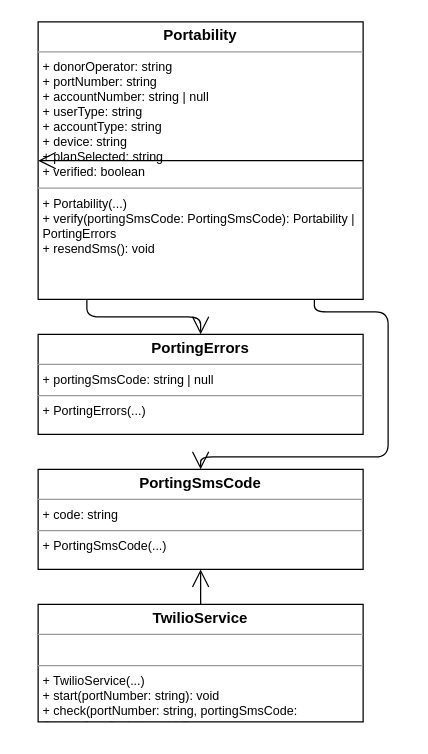
Before: practices/clean_engineering/model/.examples/actual/from-drawio/to-drawio/number/porting.drawio in abd-works/abd-context-driven-delivery, a draw.io diagram. Source tidied: cells renumbered, new cells numbered last; positions are measured from the earlier drawing's top-left corner, leaving out a move shared by most shapes. Both pictures are drawn from the tidied source at 125%, with x=0, y=0 at pixel (38, 21).
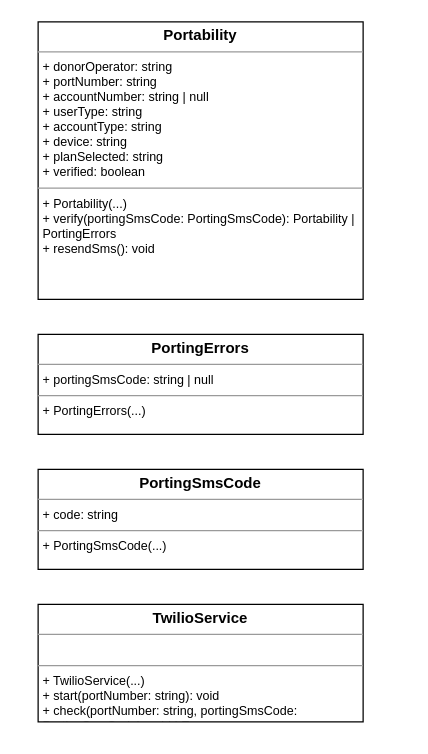
Above is the later version.

The edit, as a diff of the source:
```diff
@@
 <mxGraphModel>
   <root>
     <mxCell id="0" />
     <mxCell id="1" parent="0" />
     <mxCell id="2" value="&lt;p style=&quot;margin:0px;margin-top:4px;text-align:center;&quot;&gt;&lt;b&gt;Portability&lt;/b&gt;&lt;/p&gt;&lt;hr size=&quot;1&quot;/&gt;&lt;p style=&quot;margin:0px;margin-left:4px;font-size:10px;&quot;&gt;+ donorOperator: string&lt;br/&gt;+ portNumber: string&lt;br/&gt;+ accountNumber: string | null&lt;br/&gt;+ userType: string&lt;br/&gt;+ accountType: string&lt;br/&gt;+ device: string&lt;br/&gt;+ planSelected: string&lt;br/&gt;+ verified: boolean&lt;br/&gt;&lt;/p&gt;&lt;hr size=&quot;1&quot;/&gt;&lt;p style=&quot;margin:0px;margin-left:4px;font-size:10px;&quot;&gt;+ Portability(...)&lt;br/&gt;+ verify(portingSmsCode: PortingSmsCode): Portability | PortingErrors&lt;br/&gt;+ resendSms(): void&lt;br/&gt;&lt;/p&gt;" style="verticalAlign=top;align=left;overflow=fill;fontSize=12;fontFamily=Helvetica;html=1;whiteSpace=wrap;" parent="1" vertex="1">
       <mxGeometry width="260" height="222" as="geometry" />
     </mxCell>
     <mxCell id="3" value="&lt;p style=&quot;margin:0px;margin-top:4px;text-align:center;&quot;&gt;&lt;b&gt;TwilioService&lt;/b&gt;&lt;/p&gt;&lt;hr size=&quot;1&quot;/&gt;&lt;p style=&quot;margin:0px;margin-left:4px;font-size:10px;&quot;&gt;&lt;br/&gt;&lt;/p&gt;&lt;hr size=&quot;1&quot;/&gt;&lt;p style=&quot;margin:0px;margin-left:4px;font-size:10px;&quot;&gt;+ TwilioService(...)&lt;br/&gt;+ start(portNumber: string): void&lt;br/&gt;+ check(portNumber: string, portingSmsCode: PortingSmsCode): void | Error&lt;br/&gt;&lt;/p&gt;" style="verticalAlign=top;align=left;overflow=fill;fontSize=12;fontFamily=Helvetica;html=1;whiteSpace=wrap;" parent="1" vertex="1">
       <mxGeometry y="466" width="260" height="94" as="geometry" />
     </mxCell>
     <mxCell id="4" value="&lt;p style=&quot;margin:0px;margin-top:4px;text-align:center;&quot;&gt;&lt;b&gt;PortingSmsCode&lt;/b&gt;&lt;/p&gt;&lt;hr size=&quot;1&quot;/&gt;&lt;p style=&quot;margin:0px;margin-left:4px;font-size:10px;&quot;&gt;+ code: string&lt;br/&gt;&lt;/p&gt;&lt;hr size=&quot;1&quot;/&gt;&lt;p style=&quot;margin:0px;margin-left:4px;font-size:10px;&quot;&gt;+ PortingSmsCode(...)&lt;br/&gt;&lt;/p&gt;" style="verticalAlign=top;align=left;overflow=fill;fontSize=12;fontFamily=Helvetica;html=1;whiteSpace=wrap;" parent="1" vertex="1">
       <mxGeometry y="358" width="260" height="80" as="geometry" />
     </mxCell>
     <mxCell id="5" value="&lt;p style=&quot;margin:0px;margin-top:4px;text-align:center;&quot;&gt;&lt;b&gt;PortingErrors&lt;/b&gt;&lt;/p&gt;&lt;hr size=&quot;1&quot;/&gt;&lt;p style=&quot;margin:0px;margin-left:4px;font-size:10px;&quot;&gt;+ portingSmsCode: string | null&lt;br/&gt;&lt;/p&gt;&lt;hr size=&quot;1&quot;/&gt;&lt;p style=&quot;margin:0px;margin-left:4px;font-size:10px;&quot;&gt;+ PortingErrors(...)&lt;br/&gt;&lt;/p&gt;" style="verticalAlign=top;align=left;overflow=fill;fontSize=12;fontFamily=Helvetica;html=1;whiteSpace=wrap;" parent="1" vertex="1">
       <mxGeometry y="250" width="260" height="80" as="geometry" />
     </mxCell>
-    <mxCell id="6" style="edgeStyle=orthogonalEdgeStyle;rounded=1;endArrow=open;endSize=12;html=1;exitX=1.0;exitY=0.5;exitDx=0;exitDy=0;entryX=0.0;entryY=0.5;entryDx=0;entryDy=0;" parent="1" edge="1" source="2" target="2">
-      <mxGeometry relative="1" as="geometry" />
-    </mxCell>
-    <mxCell id="7" style="edgeStyle=orthogonalEdgeStyle;rounded=1;endArrow=open;endSize=12;html=1;exitX=0.5;exitY=0.0;exitDx=0;exitDy=0;entryX=0.5;entryY=1.0;entryDx=0;entryDy=0;" parent="1" edge="1" source="3" target="4">
-      <mxGeometry relative="1" as="geometry" />
-    </mxCell>
-    <mxCell id="8" style="edgeStyle=orthogonalEdgeStyle;rounded=1;endArrow=open;endSize=12;html=1;exitX=0.15;exitY=1.0;exitDx=0;exitDy=0;entryX=0.5;entryY=0.0;entryDx=0;entryDy=0;" parent="1" edge="1" source="2" target="5">
-      <mxGeometry relative="1" as="geometry" />
-    </mxCell>
-    <mxCell id="9" style="edgeStyle=orthogonalEdgeStyle;rounded=1;endArrow=open;endSize=12;html=1;exitX=0.85;exitY=1.0;exitDx=0;exitDy=0;entryX=0.5;entryY=0.0;entryDx=0;entryDy=0;" parent="1" edge="1" source="2" target="4">
-      <mxGeometry relative="1" as="geometry">
-        <Array as="points">
-          <mxPoint x="221" y="232" />
-          <mxPoint x="280" y="232" />
-          <mxPoint x="280" y="348" />
-          <mxPoint x="130" y="348" />
-        </Array>
-      </mxGeometry>
-    </mxCell>
   </root>
 </mxGraphModel>
```
